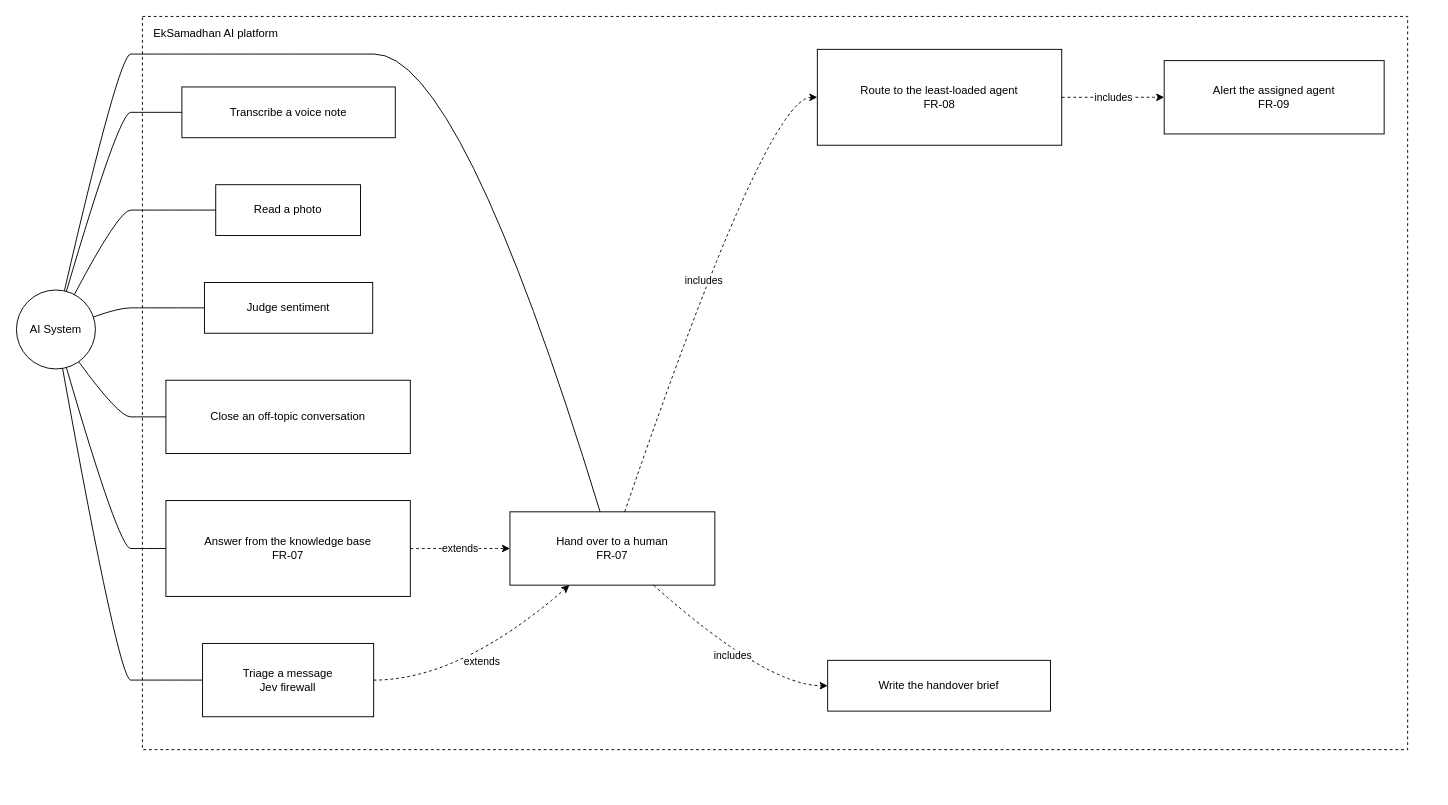
SayubShakya/eksamadhan-ai keeps this draw.io diagram as docs/system-design/draw.io/use-case/use-case-system.drawio. Above is the earlier version. Source tidied: cells renumbered, new cells numbered last; positions are measured from the earlier drawing's top-left corner, leaving out a move shared by most shapes. Both pictures are drawn from the tidied source at 94%, with x=0, y=0 at pixel (16, 16).
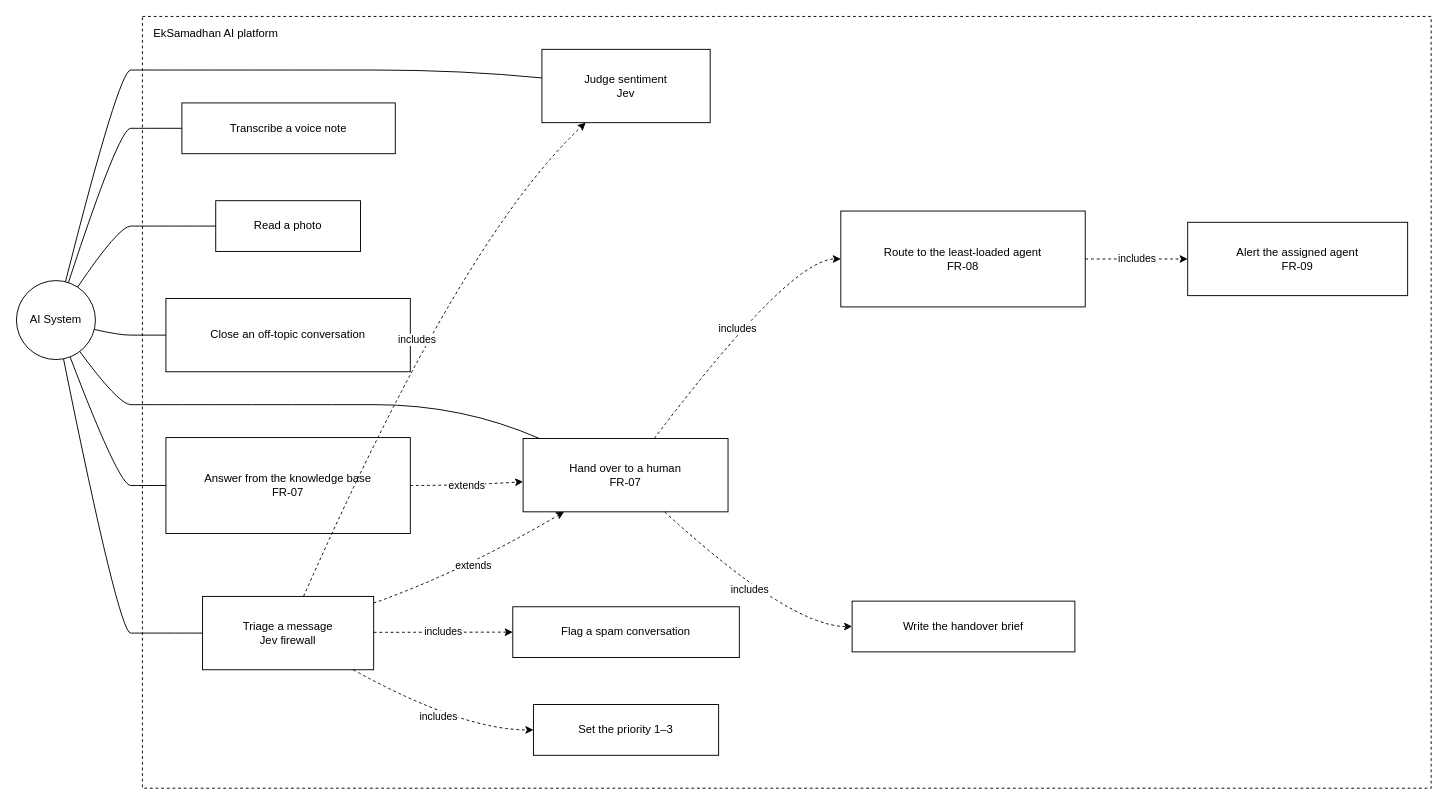
After the change.

Diff of the diagram source:
```diff
@@
     <mxCell id="2" value="EkSamadhan AI platform" style="rounded=0;whiteSpace=wrap;html=1;dashed=1;fillColor=none;verticalAlign=top;align=left;spacingLeft=10;spacingTop=4;" parent="1" vertex="1">
-      <mxGeometry x="134" width="1346" height="780" as="geometry" />
+      <mxGeometry x="134" width="1371" height="821" as="geometry" />
     </mxCell>
     <mxCell id="3" value="AI System" style="ellipse;whiteSpace=wrap;html=1;" parent="1" vertex="1">
-      <mxGeometry y="291" width="84" height="84" as="geometry" />
+      <mxGeometry y="281" width="84" height="84" as="geometry" />
     </mxCell>
     <mxCell id="4" value="Answer from the knowledge base&lt;br/&gt;FR-07" style="rounded=0;whiteSpace=wrap;html=1;" parent="2" vertex="1">
-      <mxGeometry x="25" y="515" width="260" height="102" as="geometry" />
+      <mxGeometry x="25" y="448" width="260" height="102" as="geometry" />
     </mxCell>
     <mxCell id="5" value="Transcribe a voice note" style="rounded=0;whiteSpace=wrap;html=1;" parent="2" vertex="1">
-      <mxGeometry x="42" y="75" width="227" height="54" as="geometry" />
+      <mxGeometry x="42" y="92" width="227" height="54" as="geometry" />
     </mxCell>
     <mxCell id="6" value="Read a photo" style="rounded=0;whiteSpace=wrap;html=1;" parent="2" vertex="1">
-      <mxGeometry x="78" y="179" width="154" height="54" as="geometry" />
+      <mxGeometry x="78" y="196" width="154" height="54" as="geometry" />
     </mxCell>
-    <mxCell id="7" value="Judge sentiment" style="rounded=0;whiteSpace=wrap;html=1;" parent="2" vertex="1">
-      <mxGeometry x="66" y="283" width="179" height="54" as="geometry" />
+    <mxCell id="7" value="Judge sentiment&lt;br/&gt;Jev" style="rounded=0;whiteSpace=wrap;html=1;" parent="2" vertex="1">
+      <mxGeometry x="425" y="35" width="179" height="78" as="geometry" />
     </mxCell>
     <mxCell id="8" value="Hand over to a human&lt;br/&gt;FR-07" style="rounded=0;whiteSpace=wrap;html=1;" parent="2" vertex="1">
-      <mxGeometry x="391" y="527" width="218" height="78" as="geometry" />
+      <mxGeometry x="405" y="449" width="218" height="78" as="geometry" />
     </mxCell>
     <mxCell id="9" value="Route to the least-loaded agent&lt;br/&gt;FR-08" style="rounded=0;whiteSpace=wrap;html=1;" parent="2" vertex="1">
-      <mxGeometry x="718" y="35" width="260" height="102" as="geometry" />
+      <mxGeometry x="743" y="207" width="260" height="102" as="geometry" />
     </mxCell>
     <mxCell id="10" value="Write the handover brief" style="rounded=0;whiteSpace=wrap;html=1;" parent="2" vertex="1">
-      <mxGeometry x="729" y="685" width="237" height="54" as="geometry" />
+      <mxGeometry x="755" y="622" width="237" height="54" as="geometry" />
     </mxCell>
     <mxCell id="11" value="Close an off-topic conversation" style="rounded=0;whiteSpace=wrap;html=1;" parent="2" vertex="1">
-      <mxGeometry x="25" y="387" width="260" height="78" as="geometry" />
+      <mxGeometry x="25" y="300" width="260" height="78" as="geometry" />
     </mxCell>
     <mxCell id="12" value="Alert the assigned agent&lt;br/&gt;FR-09" style="rounded=0;whiteSpace=wrap;html=1;" parent="2" vertex="1">
-      <mxGeometry x="1087" y="47" width="234" height="78" as="geometry" />
+      <mxGeometry x="1112" y="219" width="234" height="78" as="geometry" />
     </mxCell>
     <mxCell id="13" value="Triage a message&lt;br/&gt;Jev firewall" style="rounded=0;whiteSpace=wrap;html=1;" parent="2" vertex="1">
-      <mxGeometry x="64" y="667" width="182" height="78" as="geometry" />
+      <mxGeometry x="64" y="617" width="182" height="78" as="geometry" />
     </mxCell>
+    <mxCell id="26" value="Flag a spam conversation" style="rounded=0;whiteSpace=wrap;html=1;" parent="2" vertex="1">
+      <mxGeometry x="394" y="628" width="241" height="54" as="geometry" />
+    </mxCell>
+    <mxCell id="27" value="Set the priority 1–3" style="rounded=0;whiteSpace=wrap;html=1;" parent="2" vertex="1">
+      <mxGeometry x="416" y="732" width="197" height="54" as="geometry" />
+    </mxCell>
-    <mxCell id="14" style="edgeStyle=none;curved=1;html=1;endArrow=none;exitX=0.59;exitY=0.99;exitDx=0;exitDy=0;entryX=0.00;entryY=0.50;entryDx=0;entryDy=0;" parent="1" edge="1" source="3" target="13">
+    <mxCell id="14" style="edgeStyle=none;curved=1;html=1;endArrow=none;exitX=0.60;exitY=0.99;exitDx=0;exitDy=0;entryX=0.00;entryY=0.50;entryDx=0;entryDy=0;" parent="1" edge="1" source="3" target="13">
       <mxGeometry relative="1" as="geometry">
         <Array as="points">
-          <mxPoint x="109" y="706" />
-          <mxPoint x="134" y="706" />
+          <mxPoint x="109" y="656" />
+          <mxPoint x="134" y="656" />
         </Array>
       </mxGeometry>
     </mxCell>
-    <mxCell id="15" style="edgeStyle=none;curved=1;html=1;endArrow=none;exitX=0.64;exitY=0.98;exitDx=0;exitDy=0;entryX=0.00;entryY=0.50;entryDx=0;entryDy=0;" parent="1" edge="1" source="3" target="4">
+    <mxCell id="15" style="edgeStyle=none;curved=1;html=1;endArrow=none;exitX=0.68;exitY=0.97;exitDx=0;exitDy=0;entryX=0.00;entryY=0.50;entryDx=0;entryDy=0;" parent="1" edge="1" source="3" target="4">
       <mxGeometry relative="1" as="geometry">
         <Array as="points">
-          <mxPoint x="109" y="566" />
-          <mxPoint x="134" y="566" />
+          <mxPoint x="109" y="499" />
+          <mxPoint x="134" y="499" />
         </Array>
       </mxGeometry>
     </mxCell>
-    <mxCell id="16" style="edgeStyle=none;curved=1;html=1;endArrow=none;exitX=0.64;exitY=0.02;exitDx=0;exitDy=0;entryX=0.00;entryY=0.50;entryDx=0;entryDy=0;" parent="1" edge="1" source="3" target="5">
+    <mxCell id="16" style="edgeStyle=none;curved=1;html=1;endArrow=none;exitX=0.66;exitY=0.03;exitDx=0;exitDy=0;entryX=0.00;entryY=0.50;entryDx=0;entryDy=0;" parent="1" edge="1" source="3" target="5">
       <mxGeometry relative="1" as="geometry">
         <Array as="points">
-          <mxPoint x="109" y="102" />
-          <mxPoint x="134" y="102" />
+          <mxPoint x="109" y="119" />
+          <mxPoint x="134" y="119" />
         </Array>
       </mxGeometry>
     </mxCell>
-    <mxCell id="17" style="edgeStyle=none;curved=1;html=1;endArrow=none;exitX=0.73;exitY=0.06;exitDx=0;exitDy=0;entryX=0.00;entryY=0.50;entryDx=0;entryDy=0;" parent="1" edge="1" source="3" target="6">
+    <mxCell id="17" style="edgeStyle=none;curved=1;html=1;endArrow=none;exitX=0.78;exitY=0.08;exitDx=0;exitDy=0;entryX=0.00;entryY=0.50;entryDx=0;entryDy=0;" parent="1" edge="1" source="3" target="6">
       <mxGeometry relative="1" as="geometry">
         <Array as="points">
-          <mxPoint x="109" y="206" />
-          <mxPoint x="134" y="206" />
+          <mxPoint x="109" y="223" />
+          <mxPoint x="134" y="223" />
         </Array>
       </mxGeometry>
     </mxCell>
-    <mxCell id="18" style="edgeStyle=none;curved=1;html=1;endArrow=none;exitX=0.97;exitY=0.34;exitDx=0;exitDy=0;entryX=0.00;entryY=0.50;entryDx=0;entryDy=0;" parent="1" edge="1" source="3" target="7">
+    <mxCell id="18" style="edgeStyle=none;curved=1;html=1;endArrow=none;exitX=0.62;exitY=0.02;exitDx=0;exitDy=0;entryX=0.00;entryY=0.39;entryDx=0;entryDy=0;" parent="1" edge="1" source="3" target="7">
       <mxGeometry relative="1" as="geometry">
         <Array as="points">
-          <mxPoint x="109" y="310" />
-          <mxPoint x="134" y="310" />
+          <mxPoint x="109" y="57" />
+          <mxPoint x="134" y="57" />
+          <mxPoint x="289" y="57" />
+          <mxPoint x="474" y="57" />
         </Array>
       </mxGeometry>
     </mxCell>
-    <mxCell id="19" style="edgeStyle=none;curved=1;html=1;endArrow=none;exitX=0.61;exitY=0.01;exitDx=0;exitDy=0;entryX=0.44;entryY=0.00;entryDx=0;entryDy=0;" parent="1" edge="1" source="3" target="8">
+    <mxCell id="19" style="edgeStyle=none;curved=1;html=1;endArrow=none;exitX=0.80;exitY=0.90;exitDx=0;exitDy=0;entryX=0.08;entryY=0.00;entryDx=0;entryDy=0;" parent="1" edge="1" source="3" target="8">
       <mxGeometry relative="1" as="geometry">
         <Array as="points">
-          <mxPoint x="109" y="40" />
-          <mxPoint x="134" y="40" />
-          <mxPoint x="289" y="40" />
-          <mxPoint x="472" y="40" />
+          <mxPoint x="109" y="413" />
+          <mxPoint x="134" y="413" />
+          <mxPoint x="289" y="413" />
+          <mxPoint x="474" y="413" />
         </Array>
       </mxGeometry>
     </mxCell>
-    <mxCell id="20" style="edgeStyle=none;curved=1;html=1;endArrow=none;exitX=0.79;exitY=0.91;exitDx=0;exitDy=0;entryX=0.00;entryY=0.50;entryDx=0;entryDy=0;" parent="1" edge="1" source="3" target="11">
+    <mxCell id="20" style="edgeStyle=none;curved=1;html=1;endArrow=none;exitX=0.99;exitY=0.62;exitDx=0;exitDy=0;entryX=0.00;entryY=0.50;entryDx=0;entryDy=0;" parent="1" edge="1" source="3" target="11">
       <mxGeometry relative="1" as="geometry">
         <Array as="points">
-          <mxPoint x="109" y="426" />
-          <mxPoint x="134" y="426" />
+          <mxPoint x="109" y="339" />
+          <mxPoint x="134" y="339" />
         </Array>
       </mxGeometry>
     </mxCell>
-    <mxCell id="21" value="extends" style="edgeStyle=none;curved=1;html=1;dashed=1;exitX=1.00;exitY=0.50;exitDx=0;exitDy=0;entryX=0.00;entryY=0.50;entryDx=0;entryDy=0;labelBackgroundColor=#FFFFFF;fontSize=11;" parent="1" edge="1" source="4" target="8">
+    <mxCell id="21" value="extends" style="edgeStyle=none;curved=1;html=1;dashed=1;exitX=1.00;exitY=0.50;exitDx=0;exitDy=0;entryX=0.00;entryY=0.59;entryDx=0;entryDy=0;labelBackgroundColor=#FFFFFF;fontSize=11;" parent="1" edge="1" source="4" target="8">
       <mxGeometry relative="1" as="geometry">
         <Array as="points">
-          <mxPoint x="472" y="566" />
+          <mxPoint x="474" y="499" />
         </Array>
       </mxGeometry>
     </mxCell>
-    <mxCell id="22" value="includes" style="edgeStyle=none;curved=1;html=1;dashed=1;exitX=0.56;exitY=0.00;exitDx=0;exitDy=0;entryX=0.00;entryY=0.50;entryDx=0;entryDy=0;labelBackgroundColor=#FFFFFF;fontSize=11;" parent="1" edge="1" source="8" target="9">
+    <mxCell id="22" value="includes" style="edgeStyle=none;curved=1;html=1;dashed=1;exitX=0.64;exitY=0.00;exitDx=0;exitDy=0;entryX=0.00;entryY=0.50;entryDx=0;entryDy=0;labelBackgroundColor=#FFFFFF;fontSize=11;" parent="1" edge="1" source="8" target="9">
       <mxGeometry relative="1" as="geometry">
         <Array as="points">
-          <mxPoint x="798" y="86" />
+          <mxPoint x="823" y="258" />
         </Array>
       </mxGeometry>
     </mxCell>
-    <mxCell id="23" value="includes" style="edgeStyle=none;curved=1;html=1;dashed=1;exitX=0.70;exitY=1.00;exitDx=0;exitDy=0;entryX=0.00;entryY=0.50;entryDx=0;entryDy=0;labelBackgroundColor=#FFFFFF;fontSize=11;" parent="1" edge="1" source="8" target="10">
+    <mxCell id="23" value="includes" style="edgeStyle=none;curved=1;html=1;dashed=1;exitX=0.69;exitY=1.00;exitDx=0;exitDy=0;entryX=0.00;entryY=0.50;entryDx=0;entryDy=0;labelBackgroundColor=#FFFFFF;fontSize=11;" parent="1" edge="1" source="8" target="10">
       <mxGeometry relative="1" as="geometry">
         <Array as="points">
-          <mxPoint x="798" y="712" />
+          <mxPoint x="823" y="649" />
         </Array>
       </mxGeometry>
     </mxCell>
     <mxCell id="24" value="includes" style="edgeStyle=none;curved=1;html=1;dashed=1;exitX=1.00;exitY=0.50;exitDx=0;exitDy=0;entryX=0.00;entryY=0.50;entryDx=0;entryDy=0;labelBackgroundColor=#FFFFFF;fontSize=11;" parent="1" edge="1" source="9" target="12">
       <mxGeometry relative="1" as="geometry">
         <Array as="points">
-          <mxPoint x="1167" y="86" />
+          <mxPoint x="1192" y="258" />
         </Array>
       </mxGeometry>
     </mxCell>
-    <mxCell id="25" value="extends" style="edgeStyle=none;curved=1;html=1;dashed=1;exitX=1.00;exitY=0.50;exitDx=0;exitDy=0;entryX=0.29;entryY=1.00;entryDx=0;entryDy=0;labelBackgroundColor=#FFFFFF;fontSize=11;" parent="1" edge="1" source="13" target="8">
+    <mxCell id="25" value="extends" style="edgeStyle=none;curved=1;html=1;dashed=1;exitX=1.00;exitY=0.09;exitDx=0;exitDy=0;entryX=0.20;entryY=1.00;entryDx=0;entryDy=0;labelBackgroundColor=#FFFFFF;fontSize=11;" parent="1" edge="1" source="13" target="8">
       <mxGeometry relative="1" as="geometry">
         <Array as="points">
-          <mxPoint x="472" y="706" />
+          <mxPoint x="474" y="591" />
         </Array>
       </mxGeometry>
     </mxCell>
+    <mxCell id="28" value="includes" style="edgeStyle=none;curved=1;html=1;dashed=1;exitX=0.59;exitY=0.00;exitDx=0;exitDy=0;entryX=0.26;entryY=1.00;entryDx=0;entryDy=0;labelBackgroundColor=#FFFFFF;fontSize=11;" parent="1" edge="1" source="13" target="7">
+      <mxGeometry relative="1" as="geometry">
+        <Array as="points">
+          <mxPoint x="474" y="236" />
+        </Array>
+      </mxGeometry>
+    </mxCell>
+    <mxCell id="29" value="includes" style="edgeStyle=none;curved=1;html=1;dashed=1;exitX=1.00;exitY=0.49;exitDx=0;exitDy=0;entryX=0.00;entryY=0.50;entryDx=0;entryDy=0;labelBackgroundColor=#FFFFFF;fontSize=11;" parent="1" edge="1" source="13" target="26">
+      <mxGeometry relative="1" as="geometry">
+        <Array as="points">
+          <mxPoint x="474" y="655" />
+        </Array>
+      </mxGeometry>
+    </mxCell>
+    <mxCell id="30" value="includes" style="edgeStyle=none;curved=1;html=1;dashed=1;exitX=0.88;exitY=1.00;exitDx=0;exitDy=0;entryX=0.00;entryY=0.50;entryDx=0;entryDy=0;labelBackgroundColor=#FFFFFF;fontSize=11;" parent="1" edge="1" source="13" target="27">
+      <mxGeometry relative="1" as="geometry">
+        <Array as="points">
+          <mxPoint x="474" y="759" />
+        </Array>
+      </mxGeometry>
+    </mxCell>
```
